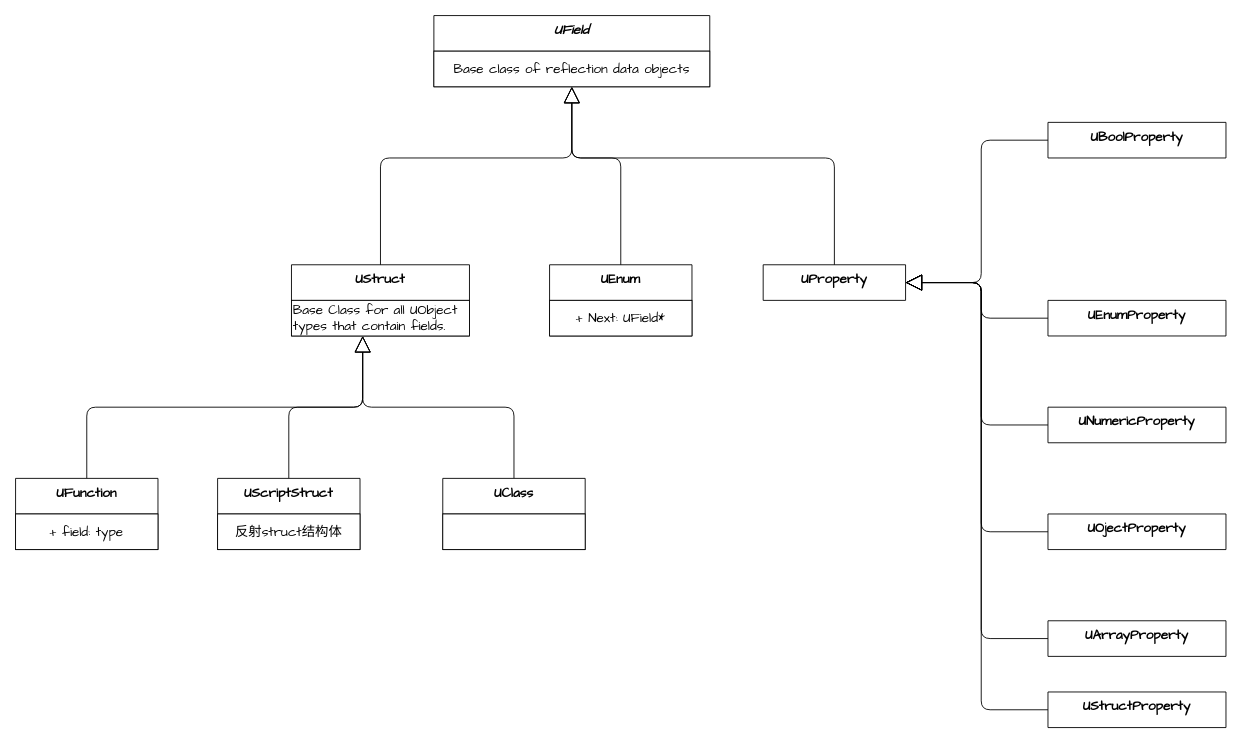
phileas2020/Notes keeps this draw.io diagram as page "Refection" (3 of 17) of UE-InsightSource.drawio. Above is the earlier version. Source tidied: cells renumbered, new cells numbered last; positions are measured from the earlier drawing's top-left corner, leaving out a move shared by most shapes. Both pictures are drawn from the tidied source at 89%, with x=0, y=0 at pixel (15, 15).
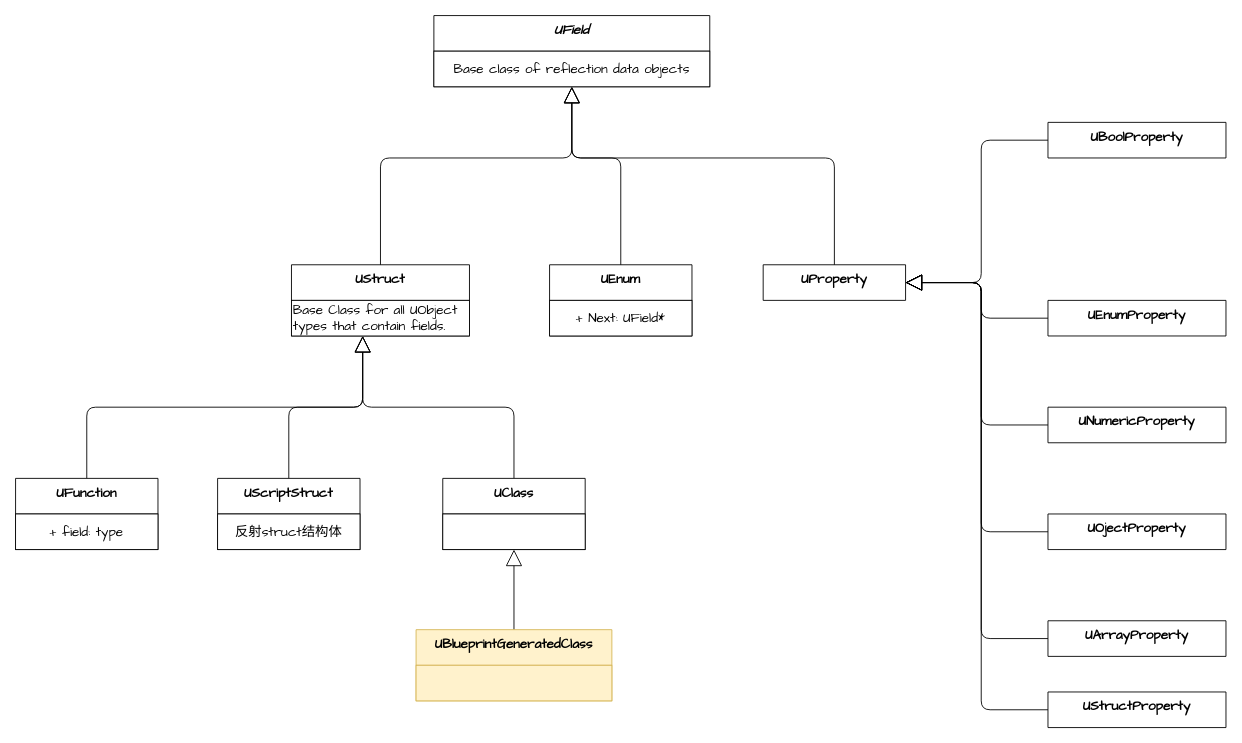
After the change.

The change refers to these unchanged cells:
```xml
<mxCell id="7" value="UClass" style="swimlane;fontStyle=1;align=center;verticalAlign=top;horizontal=1;startSize=40;fontFamily=Comic Sans MS;fontSize=15;" parent="1" vertex="1">
  <mxGeometry x="480" y="520" width="160" height="80" as="geometry" />
</mxCell>
```

What changed in the source:
```diff
@@
+    <mxCell id="33" style="edgeStyle=orthogonalEdgeStyle;rounded=1;jettySize=auto;html=1;fontFamily=Comic Sans MS;fontSize=15;startArrow=block;startFill=0;endArrow=none;endFill=0;startSize=16;endSize=6;" parent="1" edge="1" source="7" target="34">
+      <mxGeometry relative="1" as="geometry" />
+    </mxCell>
@@
+    <mxCell id="34" value="UBlueprintGeneratedClass" style="swimlane;fontStyle=1;align=center;verticalAlign=top;horizontal=1;startSize=40;fontFamily=Comic Sans MS;fontSize=15;fillColor=#fff2cc;strokeColor=#d6b656;" parent="1" vertex="1">
+      <mxGeometry x="450" y="690" width="220" height="80" as="geometry" />
+    </mxCell>
+    <mxCell id="35" value="&lt;div&gt;&lt;br&gt;&lt;/div&gt;" style="rounded=0;whiteSpace=wrap;html=1;fontFamily=Comic Sans MS;fontSize=15;align=left;fillColor=#fff2cc;strokeColor=#d6b656;" parent="34" vertex="1">
+      <mxGeometry y="40" width="220" height="40" as="geometry" />
+    </mxCell>
```
